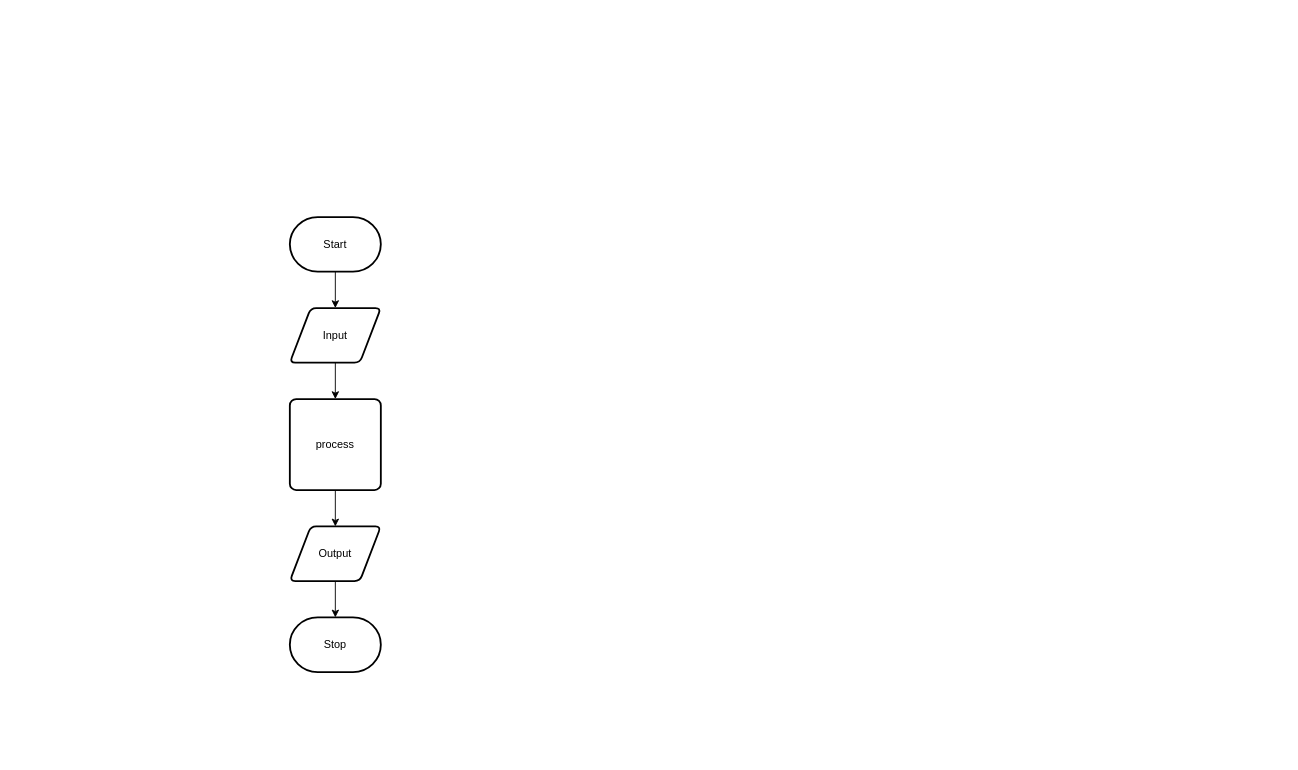
Kenny-Le-281/ICS2O-Assignment-04 keeps this draw.io diagram as design/flow-chart.drawio. Above is the earlier version. Source tidied: cells renumbered, new cells numbered last; positions are measured from the earlier drawing's top-left corner, leaving out a move shared by most shapes. Both pictures are drawn from the tidied source at 91%, with x=0, y=0 at pixel (289, 217).
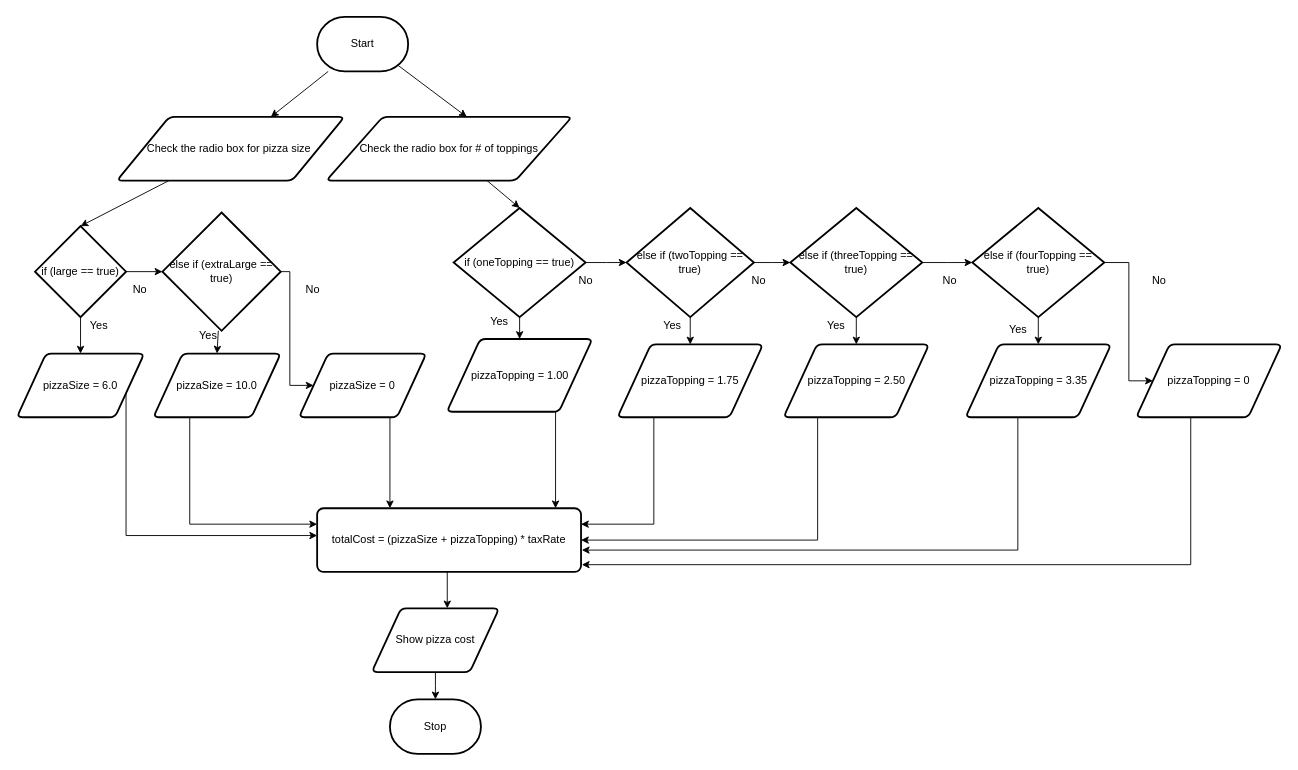
Above is the later version.

The edit, as a diff of the source:
```diff
@@
+    <mxCell id="11" style="edgeStyle=none;html=1;entryX=0.572;entryY=0;entryDx=0;entryDy=0;entryPerimeter=0;exitX=0.89;exitY=0.89;exitDx=0;exitDy=0;exitPerimeter=0;" parent="1" edge="1" source="3" target="14">
+      <mxGeometry relative="1" as="geometry" />
+    </mxCell>
     <mxCell id="3" value="Start" style="strokeWidth=2;html=1;shape=mxgraph.flowchart.terminator;whiteSpace=wrap;" parent="1" vertex="1">
-      <mxGeometry width="100" height="60" as="geometry" />
+      <mxGeometry x="30" y="-220" width="100" height="60" as="geometry" />
     </mxCell>
-    <mxCell id="4" style="edgeStyle=none;html=1;" parent="1" edge="1" source="5" target="7">
-      <mxGeometry relative="1" as="geometry" />
-    </mxCell>
+    <mxCell id="12" style="edgeStyle=none;html=1;entryX=0.5;entryY=0;entryDx=0;entryDy=0;entryPerimeter=0;" parent="1" edge="1" source="5" target="17">
+      <mxGeometry relative="1" as="geometry" />
+    </mxCell>
-    <mxCell id="5" value="Input" style="shape=parallelogram;html=1;strokeWidth=2;perimeter=parallelogramPerimeter;whiteSpace=wrap;rounded=1;arcSize=12;size=0.23;" parent="1" vertex="1">
-      <mxGeometry y="100" width="100" height="60" as="geometry" />
+    <mxCell id="5" value="Check the radio box for pizza size&amp;nbsp;" style="shape=parallelogram;html=1;strokeWidth=2;perimeter=parallelogramPerimeter;whiteSpace=wrap;rounded=1;arcSize=12;size=0.23;" parent="1" vertex="1">
+      <mxGeometry x="-190" y="-110" width="250" height="70" as="geometry" />
     </mxCell>
-    <mxCell id="6" style="edgeStyle=none;html=1;" parent="1" edge="1" source="7" target="9">
-      <mxGeometry relative="1" as="geometry" />
-    </mxCell>
-    <mxCell id="7" value="process" style="rounded=1;whiteSpace=wrap;html=1;absoluteArcSize=1;arcSize=14;strokeWidth=2;" parent="1" vertex="1">
-      <mxGeometry y="200" width="100" height="100" as="geometry" />
-    </mxCell>
-    <mxCell id="8" style="edgeStyle=none;html=1;" parent="1" edge="1" source="9" target="10">
-      <mxGeometry relative="1" as="geometry" />
-    </mxCell>
-    <mxCell id="9" value="Output" style="shape=parallelogram;html=1;strokeWidth=2;perimeter=parallelogramPerimeter;whiteSpace=wrap;rounded=1;arcSize=12;size=0.23;" parent="1" vertex="1">
-      <mxGeometry y="340" width="100" height="60" as="geometry" />
-    </mxCell>
     <mxCell id="10" value="Stop" style="strokeWidth=2;html=1;shape=mxgraph.flowchart.terminator;whiteSpace=wrap;" parent="1" vertex="1">
-      <mxGeometry y="440" width="100" height="60" as="geometry" />
+      <mxGeometry x="110" y="530" width="100" height="60" as="geometry" />
     </mxCell>
+    <mxCell id="13" style="edgeStyle=none;html=1;entryX=0.5;entryY=0;entryDx=0;entryDy=0;entryPerimeter=0;" parent="1" edge="1" source="14" target="30">
+      <mxGeometry relative="1" as="geometry" />
+    </mxCell>
+    <mxCell id="14" value="Check the radio box for # of toppings" style="shape=parallelogram;html=1;strokeWidth=2;perimeter=parallelogramPerimeter;whiteSpace=wrap;rounded=1;arcSize=12;size=0.23;" parent="1" vertex="1">
+      <mxGeometry x="40" y="-110" width="270" height="70" as="geometry" />
+    </mxCell>
+    <mxCell id="15" style="edgeStyle=none;html=1;entryX=0.5;entryY=0;entryDx=0;entryDy=0;" parent="1" edge="1" source="17" target="19">
+      <mxGeometry relative="1" as="geometry" />
+    </mxCell>
+    <mxCell id="16" style="edgeStyle=none;html=1;entryX=0;entryY=0.5;entryDx=0;entryDy=0;entryPerimeter=0;" parent="1" edge="1" source="17" target="24">
+      <mxGeometry relative="1" as="geometry" />
+    </mxCell>
+    <mxCell id="17" value="if (large == true)" style="strokeWidth=2;html=1;shape=mxgraph.flowchart.decision;whiteSpace=wrap;" parent="1" vertex="1">
+      <mxGeometry x="-280" y="10" width="100" height="100" as="geometry" />
+    </mxCell>
+    <mxCell id="18" style="edgeStyle=elbowEdgeStyle;rounded=0;html=1;" parent="1" edge="1" source="19" target="62">
+      <mxGeometry relative="1" as="geometry">
+        <Array as="points">
+          <mxPoint x="-180" y="350" />
+        </Array>
+      </mxGeometry>
+    </mxCell>
+    <mxCell id="19" value="pizzaSize = 6.0" style="shape=parallelogram;html=1;strokeWidth=2;perimeter=parallelogramPerimeter;whiteSpace=wrap;rounded=1;arcSize=12;size=0.23;" parent="1" vertex="1">
+      <mxGeometry x="-300" y="150" width="140" height="70" as="geometry" />
+    </mxCell>
+    <mxCell id="20" style="edgeStyle=elbowEdgeStyle;rounded=0;html=1;entryX=0;entryY=0.25;entryDx=0;entryDy=0;" parent="1" edge="1" source="21" target="62">
+      <mxGeometry relative="1" as="geometry">
+        <Array as="points">
+          <mxPoint x="-110" y="290" />
+        </Array>
+      </mxGeometry>
+    </mxCell>
+    <mxCell id="21" value="pizzaSize = 10.0" style="shape=parallelogram;html=1;strokeWidth=2;perimeter=parallelogramPerimeter;whiteSpace=wrap;rounded=1;arcSize=12;size=0.23;" parent="1" vertex="1">
+      <mxGeometry x="-150" y="150" width="140" height="70" as="geometry" />
+    </mxCell>
+    <mxCell id="22" style="edgeStyle=none;html=1;entryX=0.5;entryY=0;entryDx=0;entryDy=0;" parent="1" edge="1" source="24" target="21">
+      <mxGeometry relative="1" as="geometry" />
+    </mxCell>
+    <mxCell id="23" style="edgeStyle=elbowEdgeStyle;rounded=0;html=1;" parent="1" edge="1" source="24" target="57">
+      <mxGeometry relative="1" as="geometry" />
+    </mxCell>
+    <mxCell id="24" value="else if (extraLarge == true)" style="strokeWidth=2;html=1;shape=mxgraph.flowchart.decision;whiteSpace=wrap;" parent="1" vertex="1">
+      <mxGeometry x="-140" y="-5" width="130" height="130" as="geometry" />
+    </mxCell>
+    <mxCell id="25" value="Yes" style="text;html=1;align=center;verticalAlign=middle;fillColor=none;strokeColor=none;rounded=0;" parent="1" vertex="1">
+      <mxGeometry x="-230" y="110" width="40" height="20" as="geometry" />
+    </mxCell>
+    <mxCell id="26" value="No" style="text;html=1;align=center;verticalAlign=middle;fillColor=none;strokeColor=none;rounded=0;" parent="1" vertex="1">
+      <mxGeometry x="-180" y="70" width="30" height="20" as="geometry" />
+    </mxCell>
+    <mxCell id="27" value="Yes" style="text;html=1;align=center;verticalAlign=middle;fillColor=none;strokeColor=none;rounded=0;" parent="1" vertex="1">
+      <mxGeometry x="-110" y="120" width="40" height="20" as="geometry" />
+    </mxCell>
+    <mxCell id="28" style="edgeStyle=none;html=1;entryX=0.5;entryY=0;entryDx=0;entryDy=0;" parent="1" edge="1" source="30" target="32">
+      <mxGeometry relative="1" as="geometry" />
+    </mxCell>
+    <mxCell id="29" style="edgeStyle=elbowEdgeStyle;rounded=0;html=1;entryX=0;entryY=0.5;entryDx=0;entryDy=0;entryPerimeter=0;" parent="1" edge="1" source="30" target="35">
+      <mxGeometry relative="1" as="geometry" />
+    </mxCell>
+    <mxCell id="30" value="if (oneTopping == true)" style="strokeWidth=2;html=1;shape=mxgraph.flowchart.decision;whiteSpace=wrap;" parent="1" vertex="1">
+      <mxGeometry x="180" y="-10" width="145" height="120" as="geometry" />
+    </mxCell>
+    <mxCell id="31" style="edgeStyle=elbowEdgeStyle;rounded=0;html=1;entryX=0.905;entryY=0;entryDx=0;entryDy=0;entryPerimeter=0;" parent="1" edge="1" source="32" target="62">
+      <mxGeometry relative="1" as="geometry" />
+    </mxCell>
+    <mxCell id="32" value="pizzaTopping = 1.00" style="shape=parallelogram;html=1;strokeWidth=2;perimeter=parallelogramPerimeter;whiteSpace=wrap;rounded=1;arcSize=12;size=0.23;" parent="1" vertex="1">
+      <mxGeometry x="172.5" y="134" width="160" height="80" as="geometry" />
+    </mxCell>
+    <mxCell id="33" style="edgeStyle=none;html=1;entryX=0.5;entryY=0;entryDx=0;entryDy=0;" parent="1" edge="1" source="35" target="47">
+      <mxGeometry relative="1" as="geometry" />
+    </mxCell>
+    <mxCell id="34" style="edgeStyle=elbowEdgeStyle;rounded=0;html=1;entryX=0;entryY=0.5;entryDx=0;entryDy=0;entryPerimeter=0;" parent="1" edge="1" source="35" target="38">
+      <mxGeometry relative="1" as="geometry" />
+    </mxCell>
+    <mxCell id="35" value="else if (twoTopping == true)" style="strokeWidth=2;html=1;shape=mxgraph.flowchart.decision;whiteSpace=wrap;" parent="1" vertex="1">
+      <mxGeometry x="370" y="-10" width="140" height="120" as="geometry" />
+    </mxCell>
+    <mxCell id="36" style="edgeStyle=none;html=1;entryX=0.5;entryY=0;entryDx=0;entryDy=0;" parent="1" edge="1" source="38" target="45">
+      <mxGeometry relative="1" as="geometry" />
+    </mxCell>
+    <mxCell id="37" style="edgeStyle=elbowEdgeStyle;rounded=0;html=1;entryX=0;entryY=0.5;entryDx=0;entryDy=0;entryPerimeter=0;" parent="1" edge="1" source="38" target="41">
+      <mxGeometry relative="1" as="geometry" />
+    </mxCell>
+    <mxCell id="38" value="else if (threeTopping == true)" style="strokeWidth=2;html=1;shape=mxgraph.flowchart.decision;whiteSpace=wrap;" parent="1" vertex="1">
+      <mxGeometry x="550" y="-10" width="145" height="120" as="geometry" />
+    </mxCell>
+    <mxCell id="39" style="edgeStyle=none;html=1;" parent="1" edge="1" source="41" target="43">
+      <mxGeometry relative="1" as="geometry" />
+    </mxCell>
+    <mxCell id="40" style="edgeStyle=elbowEdgeStyle;rounded=0;html=1;entryX=0;entryY=0.5;entryDx=0;entryDy=0;" parent="1" edge="1" source="41" target="59">
+      <mxGeometry relative="1" as="geometry" />
+    </mxCell>
+    <mxCell id="41" value="else if (fourTopping == true)" style="strokeWidth=2;html=1;shape=mxgraph.flowchart.decision;whiteSpace=wrap;" parent="1" vertex="1">
+      <mxGeometry x="750" y="-10" width="145" height="120" as="geometry" />
+    </mxCell>
+    <mxCell id="42" style="edgeStyle=elbowEdgeStyle;rounded=0;html=1;entryX=1.003;entryY=0.657;entryDx=0;entryDy=0;entryPerimeter=0;" parent="1" edge="1" source="43" target="62">
+      <mxGeometry relative="1" as="geometry">
+        <Array as="points">
+          <mxPoint x="800" y="360" />
+        </Array>
+      </mxGeometry>
+    </mxCell>
+    <mxCell id="43" value="pizzaTopping = 3.35" style="shape=parallelogram;html=1;strokeWidth=2;perimeter=parallelogramPerimeter;whiteSpace=wrap;rounded=1;arcSize=12;size=0.23;" parent="1" vertex="1">
+      <mxGeometry x="742.5" y="140" width="160" height="80" as="geometry" />
+    </mxCell>
+    <mxCell id="44" style="edgeStyle=elbowEdgeStyle;rounded=0;html=1;entryX=1;entryY=0.5;entryDx=0;entryDy=0;" parent="1" edge="1" source="45" target="62">
+      <mxGeometry relative="1" as="geometry">
+        <Array as="points">
+          <mxPoint x="580" y="340" />
+        </Array>
+      </mxGeometry>
+    </mxCell>
+    <mxCell id="45" value="pizzaTopping = 2.50" style="shape=parallelogram;html=1;strokeWidth=2;perimeter=parallelogramPerimeter;whiteSpace=wrap;rounded=1;arcSize=12;size=0.23;" parent="1" vertex="1">
+      <mxGeometry x="542.5" y="140" width="160" height="80" as="geometry" />
+    </mxCell>
+    <mxCell id="46" style="edgeStyle=elbowEdgeStyle;rounded=0;html=1;entryX=1;entryY=0.25;entryDx=0;entryDy=0;" parent="1" edge="1" source="47" target="62">
+      <mxGeometry relative="1" as="geometry">
+        <Array as="points">
+          <mxPoint x="400" y="320" />
+        </Array>
+      </mxGeometry>
+    </mxCell>
+    <mxCell id="47" value="pizzaTopping = 1.75" style="shape=parallelogram;html=1;strokeWidth=2;perimeter=parallelogramPerimeter;whiteSpace=wrap;rounded=1;arcSize=12;size=0.23;" parent="1" vertex="1">
+      <mxGeometry x="360" y="140" width="160" height="80" as="geometry" />
+    </mxCell>
+    <mxCell id="48" value="Yes" style="text;html=1;align=center;verticalAlign=middle;fillColor=none;strokeColor=none;rounded=0;" parent="1" vertex="1">
+      <mxGeometry x="210" y="105" width="40" height="20" as="geometry" />
+    </mxCell>
+    <mxCell id="49" value="Yes" style="text;html=1;align=center;verticalAlign=middle;fillColor=none;strokeColor=none;rounded=0;" parent="1" vertex="1">
+      <mxGeometry x="400" y="110" width="40" height="20" as="geometry" />
+    </mxCell>
+    <mxCell id="50" value="Yes" style="text;html=1;align=center;verticalAlign=middle;fillColor=none;strokeColor=none;rounded=0;" parent="1" vertex="1">
+      <mxGeometry x="580" y="110" width="40" height="20" as="geometry" />
+    </mxCell>
+    <mxCell id="51" value="Yes" style="text;html=1;align=center;verticalAlign=middle;fillColor=none;strokeColor=none;rounded=0;" parent="1" vertex="1">
+      <mxGeometry x="780" y="114" width="40" height="20" as="geometry" />
+    </mxCell>
+    <mxCell id="52" value="No" style="text;html=1;align=center;verticalAlign=middle;fillColor=none;strokeColor=none;rounded=0;" parent="1" vertex="1">
+      <mxGeometry x="10" y="70" width="30" height="20" as="geometry" />
+    </mxCell>
+    <mxCell id="53" value="No" style="text;html=1;align=center;verticalAlign=middle;fillColor=none;strokeColor=none;rounded=0;" parent="1" vertex="1">
+      <mxGeometry x="310" y="60" width="30" height="20" as="geometry" />
+    </mxCell>
+    <mxCell id="54" value="No" style="text;html=1;align=center;verticalAlign=middle;fillColor=none;strokeColor=none;rounded=0;" parent="1" vertex="1">
+      <mxGeometry x="500" y="60" width="30" height="20" as="geometry" />
+    </mxCell>
+    <mxCell id="55" value="No" style="text;html=1;align=center;verticalAlign=middle;fillColor=none;strokeColor=none;rounded=0;" parent="1" vertex="1">
+      <mxGeometry x="710" y="60" width="30" height="20" as="geometry" />
+    </mxCell>
+    <mxCell id="56" style="edgeStyle=elbowEdgeStyle;rounded=0;html=1;entryX=0.276;entryY=0;entryDx=0;entryDy=0;entryPerimeter=0;" parent="1" edge="1" source="57" target="62">
+      <mxGeometry relative="1" as="geometry" />
+    </mxCell>
+    <mxCell id="57" value="pizzaSize = 0" style="shape=parallelogram;html=1;strokeWidth=2;perimeter=parallelogramPerimeter;whiteSpace=wrap;rounded=1;arcSize=12;size=0.23;" parent="1" vertex="1">
+      <mxGeometry x="10" y="150" width="140" height="70" as="geometry" />
+    </mxCell>
+    <mxCell id="58" style="edgeStyle=elbowEdgeStyle;rounded=0;html=1;entryX=1.003;entryY=0.886;entryDx=0;entryDy=0;entryPerimeter=0;" parent="1" edge="1" source="59" target="62">
+      <mxGeometry relative="1" as="geometry">
+        <Array as="points">
+          <mxPoint x="990" y="350" />
+        </Array>
+      </mxGeometry>
+    </mxCell>
+    <mxCell id="59" value="pizzaTopping = 0" style="shape=parallelogram;html=1;strokeWidth=2;perimeter=parallelogramPerimeter;whiteSpace=wrap;rounded=1;arcSize=12;size=0.23;" parent="1" vertex="1">
+      <mxGeometry x="930" y="140" width="160" height="80" as="geometry" />
+    </mxCell>
+    <mxCell id="60" value="No" style="text;html=1;align=center;verticalAlign=middle;fillColor=none;strokeColor=none;rounded=0;" parent="1" vertex="1">
+      <mxGeometry x="940" y="60" width="30" height="20" as="geometry" />
+    </mxCell>
+    <mxCell id="61" style="edgeStyle=elbowEdgeStyle;rounded=0;html=1;entryX=0.593;entryY=0;entryDx=0;entryDy=0;entryPerimeter=0;" parent="1" edge="1" source="62" target="64">
+      <mxGeometry relative="1" as="geometry" />
+    </mxCell>
+    <mxCell id="62" value="totalCost = (pizzaSize + pizzaTopping) * taxRate" style="rounded=1;whiteSpace=wrap;html=1;absoluteArcSize=1;arcSize=14;strokeWidth=2;" parent="1" vertex="1">
+      <mxGeometry x="30" y="320" width="290" height="70" as="geometry" />
+    </mxCell>
+    <mxCell id="63" style="edgeStyle=elbowEdgeStyle;rounded=0;html=1;entryX=0.5;entryY=0;entryDx=0;entryDy=0;entryPerimeter=0;" parent="1" edge="1" source="64" target="10">
+      <mxGeometry relative="1" as="geometry" />
+    </mxCell>
+    <mxCell id="64" value="Show pizza cost" style="shape=parallelogram;html=1;strokeWidth=2;perimeter=parallelogramPerimeter;whiteSpace=wrap;rounded=1;arcSize=12;size=0.23;" parent="1" vertex="1">
+      <mxGeometry x="90" y="430" width="140" height="70" as="geometry" />
+    </mxCell>
```
